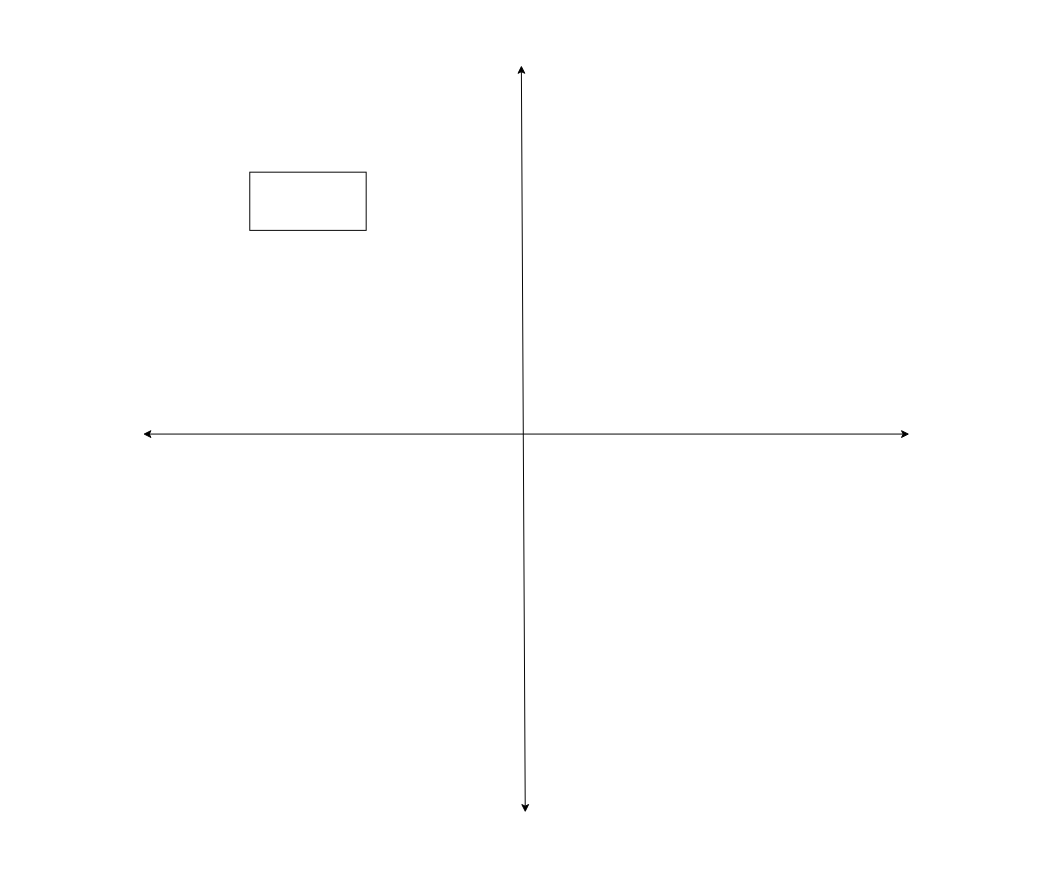
Above: Untitled Diagram.drawio in EmergenBis/emergenbis (draw.io), before the change. Source tidied: cells renumbered, new cells numbered last; positions are measured from the earlier drawing's top-left corner, leaving out a move shared by most shapes. Both pictures are drawn from the tidied source at 97%, with x=0, y=0 at pixel (143, 65).
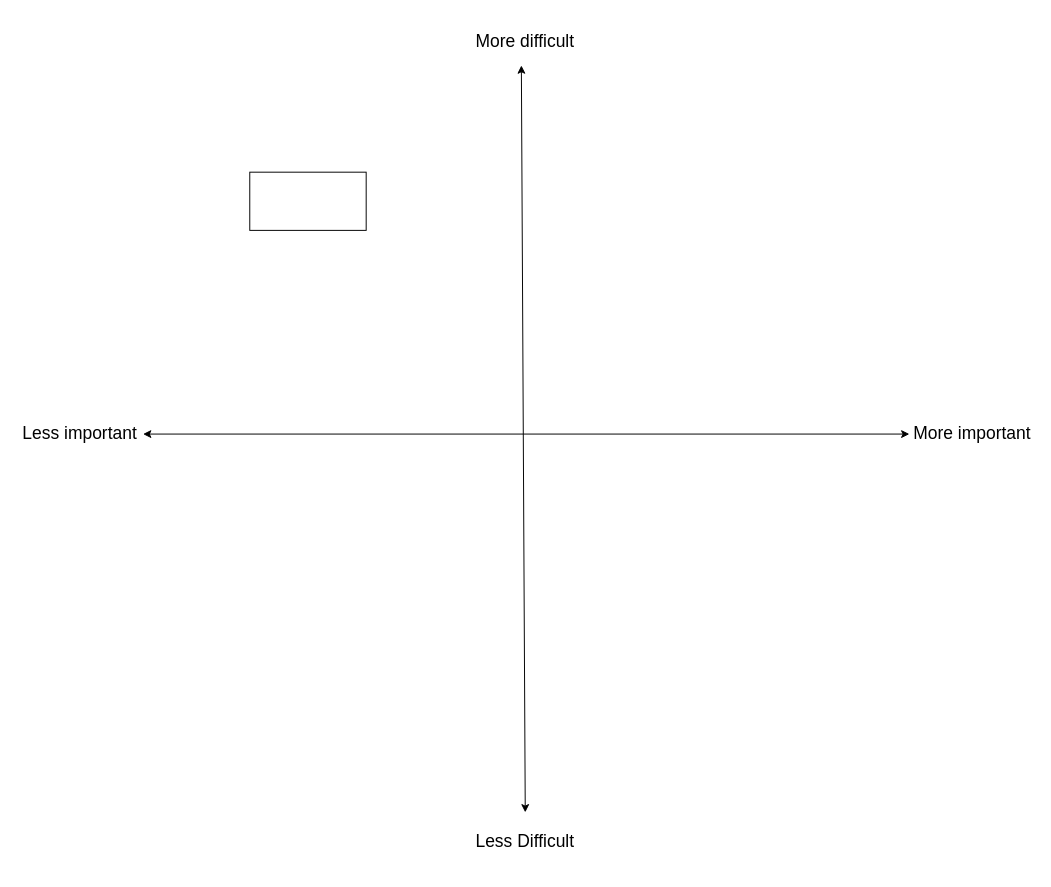
The same diagram, later.

Change to the diagram source:
```diff
@@
 <mxGraphModel>
   <root>
     <mxCell id="0" />
     <mxCell id="1" parent="0" />
     <mxCell id="2" style="rounded=0;whiteSpace=wrap;html=1;" parent="1" vertex="1">
       <mxGeometry x="110" y="110" width="120" height="60" as="geometry" />
     </mxCell>
     <mxCell id="3" style="endArrow=classic;startArrow=classic;html=1;" parent="1" edge="1">
       <mxGeometry relative="1" as="geometry">
         <mxPoint x="394" y="770" as="sourcePoint" />
         <mxPoint x="390" as="targetPoint" />
       </mxGeometry>
     </mxCell>
     <mxCell id="4" style="endArrow=classic;startArrow=classic;html=1;" parent="1" edge="1">
       <mxGeometry relative="1" as="geometry">
         <mxPoint y="380" as="sourcePoint" />
         <mxPoint x="790" y="380" as="targetPoint" />
       </mxGeometry>
     </mxCell>
+    <mxCell id="5" value="&lt;font style=&quot;font-size: 18px&quot;&gt;Less Difficult&lt;/font&gt;" style="text;html=1;strokeColor=none;fillColor=none;align=center;verticalAlign=middle;whiteSpace=wrap;rounded=0;" parent="1" vertex="1">
+      <mxGeometry x="327" y="770" width="134" height="60" as="geometry" />
+    </mxCell>
+    <mxCell id="6" value="&lt;font style=&quot;font-size: 18px&quot;&gt;More difficult&lt;/font&gt;" style="text;html=1;strokeColor=none;fillColor=none;align=center;verticalAlign=middle;whiteSpace=wrap;rounded=0;" parent="1" vertex="1">
+      <mxGeometry x="331" y="-50" width="126" height="50" as="geometry" />
+    </mxCell>
+    <mxCell id="7" value="&lt;font style=&quot;font-size: 18px&quot;&gt;Less important&lt;/font&gt;" style="text;html=1;strokeColor=none;fillColor=none;align=center;verticalAlign=middle;whiteSpace=wrap;rounded=0;" parent="1" vertex="1">
+      <mxGeometry x="-130" y="360" width="130" height="40" as="geometry" />
+    </mxCell>
+    <mxCell id="8" value="&lt;font style=&quot;font-size: 18px&quot;&gt;More important&lt;/font&gt;" style="text;html=1;strokeColor=none;fillColor=none;align=center;verticalAlign=middle;whiteSpace=wrap;rounded=0;" parent="1" vertex="1">
+      <mxGeometry x="790" y="360" width="130" height="40" as="geometry" />
+    </mxCell>
   </root>
 </mxGraphModel>
```
